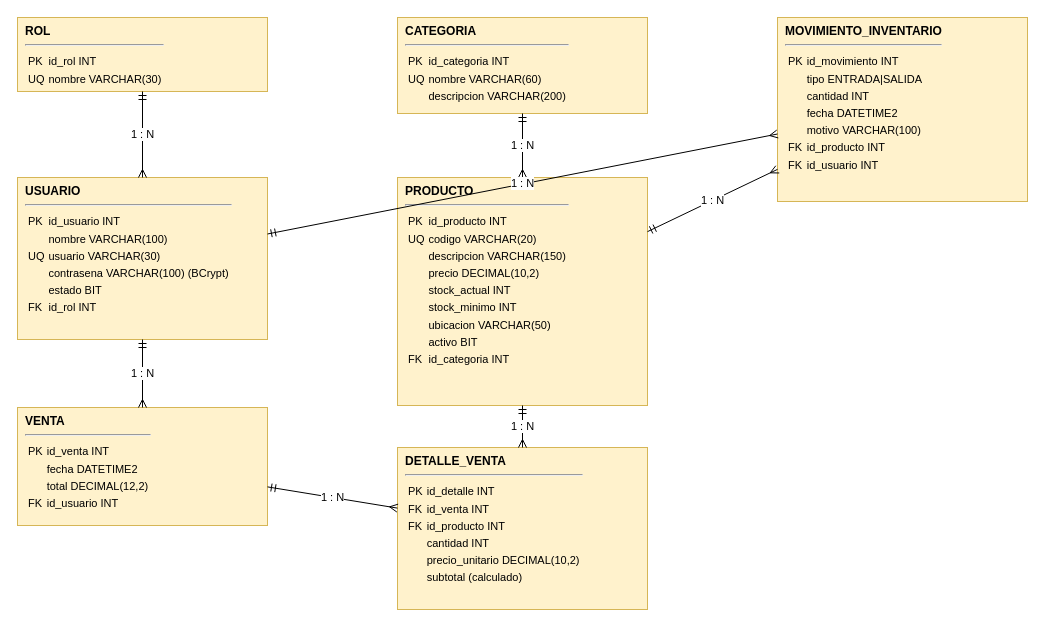
u00041062-cyber/ferreteria-inventario-ventas keeps this draw.io diagram as 02_Diseno_Tecnico/02_Modelo_Entidad_Relacion.drawio. Above is the earlier version. Source tidied: cells renumbered, new cells numbered last; positions are measured from the earlier drawing's top-left corner, leaving out a move shared by most shapes. Both pictures are drawn from the tidied source at 100%, with x=0, y=0 at pixel (17, 17).
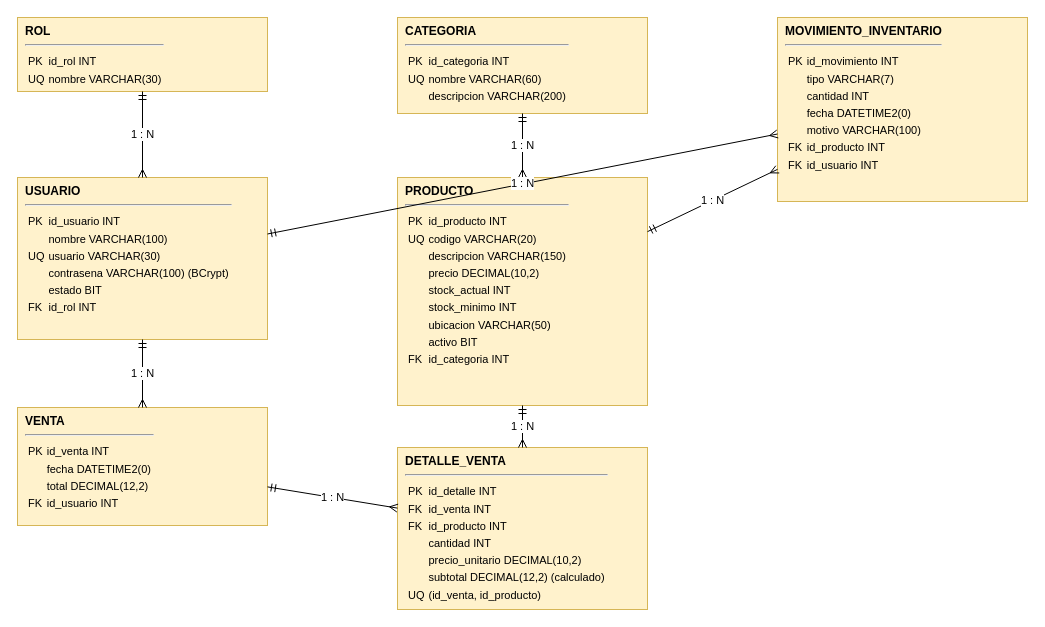
The same diagram, later.

Diff of the diagram source:
```diff
@@
 <mxGraphModel>
   <root>
     <mxCell id="0" />
     <mxCell id="1" parent="0" />
     <mxCell id="2" value="&lt;b&gt;ROL&lt;/b&gt;&lt;hr/&gt;&lt;table cellpadding=&quot;1&quot; style=&quot;font-size:11px&quot;&gt;&lt;tr&gt;&lt;td&gt;PK&lt;/td&gt;&lt;td&gt;id_rol INT&lt;/td&gt;&lt;/tr&gt;&lt;tr&gt;&lt;td&gt;UQ&lt;/td&gt;&lt;td&gt;nombre VARCHAR(30)&lt;/td&gt;&lt;/tr&gt;&lt;/table&gt;" style="rounded=0;whiteSpace=wrap;html=1;align=left;verticalAlign=top;spacingLeft=6;fillColor=#fff2cc;strokeColor=#d6b656;" parent="1" vertex="1">
       <mxGeometry width="250" height="74" as="geometry" />
     </mxCell>
     <mxCell id="3" value="&lt;b&gt;USUARIO&lt;/b&gt;&lt;hr/&gt;&lt;table cellpadding=&quot;1&quot; style=&quot;font-size:11px&quot;&gt;&lt;tr&gt;&lt;td&gt;PK&lt;/td&gt;&lt;td&gt;id_usuario INT&lt;/td&gt;&lt;/tr&gt;&lt;tr&gt;&lt;td&gt;&lt;/td&gt;&lt;td&gt;nombre VARCHAR(100)&lt;/td&gt;&lt;/tr&gt;&lt;tr&gt;&lt;td&gt;UQ&lt;/td&gt;&lt;td&gt;usuario VARCHAR(30)&lt;/td&gt;&lt;/tr&gt;&lt;tr&gt;&lt;td&gt;&lt;/td&gt;&lt;td&gt;contrasena VARCHAR(100) (BCrypt)&lt;/td&gt;&lt;/tr&gt;&lt;tr&gt;&lt;td&gt;&lt;/td&gt;&lt;td&gt;estado BIT&lt;/td&gt;&lt;/tr&gt;&lt;tr&gt;&lt;td&gt;FK&lt;/td&gt;&lt;td&gt;id_rol INT&lt;/td&gt;&lt;/tr&gt;&lt;/table&gt;" style="rounded=0;whiteSpace=wrap;html=1;align=left;verticalAlign=top;spacingLeft=6;fillColor=#fff2cc;strokeColor=#d6b656;" parent="1" vertex="1">
       <mxGeometry y="160" width="250" height="162" as="geometry" />
     </mxCell>
     <mxCell id="4" value="&lt;b&gt;CATEGORIA&lt;/b&gt;&lt;hr/&gt;&lt;table cellpadding=&quot;1&quot; style=&quot;font-size:11px&quot;&gt;&lt;tr&gt;&lt;td&gt;PK&lt;/td&gt;&lt;td&gt;id_categoria INT&lt;/td&gt;&lt;/tr&gt;&lt;tr&gt;&lt;td&gt;UQ&lt;/td&gt;&lt;td&gt;nombre VARCHAR(60)&lt;/td&gt;&lt;/tr&gt;&lt;tr&gt;&lt;td&gt;&lt;/td&gt;&lt;td&gt;descripcion VARCHAR(200)&lt;/td&gt;&lt;/tr&gt;&lt;/table&gt;" style="rounded=0;whiteSpace=wrap;html=1;align=left;verticalAlign=top;spacingLeft=6;fillColor=#fff2cc;strokeColor=#d6b656;" parent="1" vertex="1">
       <mxGeometry x="380" width="250" height="96" as="geometry" />
     </mxCell>
     <mxCell id="5" value="&lt;b&gt;PRODUCTO&lt;/b&gt;&lt;hr/&gt;&lt;table cellpadding=&quot;1&quot; style=&quot;font-size:11px&quot;&gt;&lt;tr&gt;&lt;td&gt;PK&lt;/td&gt;&lt;td&gt;id_producto INT&lt;/td&gt;&lt;/tr&gt;&lt;tr&gt;&lt;td&gt;UQ&lt;/td&gt;&lt;td&gt;codigo VARCHAR(20)&lt;/td&gt;&lt;/tr&gt;&lt;tr&gt;&lt;td&gt;&lt;/td&gt;&lt;td&gt;descripcion VARCHAR(150)&lt;/td&gt;&lt;/tr&gt;&lt;tr&gt;&lt;td&gt;&lt;/td&gt;&lt;td&gt;precio DECIMAL(10,2)&lt;/td&gt;&lt;/tr&gt;&lt;tr&gt;&lt;td&gt;&lt;/td&gt;&lt;td&gt;stock_actual INT&lt;/td&gt;&lt;/tr&gt;&lt;tr&gt;&lt;td&gt;&lt;/td&gt;&lt;td&gt;stock_minimo INT&lt;/td&gt;&lt;/tr&gt;&lt;tr&gt;&lt;td&gt;&lt;/td&gt;&lt;td&gt;ubicacion VARCHAR(50)&lt;/td&gt;&lt;/tr&gt;&lt;tr&gt;&lt;td&gt;&lt;/td&gt;&lt;td&gt;activo BIT&lt;/td&gt;&lt;/tr&gt;&lt;tr&gt;&lt;td&gt;FK&lt;/td&gt;&lt;td&gt;id_categoria INT&lt;/td&gt;&lt;/tr&gt;&lt;/table&gt;" style="rounded=0;whiteSpace=wrap;html=1;align=left;verticalAlign=top;spacingLeft=6;fillColor=#fff2cc;strokeColor=#d6b656;" parent="1" vertex="1">
       <mxGeometry x="380" y="160" width="250" height="228" as="geometry" />
     </mxCell>
-    <mxCell id="6" value="&lt;b&gt;MOVIMIENTO_INVENTARIO&lt;/b&gt;&lt;hr/&gt;&lt;table cellpadding=&quot;1&quot; style=&quot;font-size:11px&quot;&gt;&lt;tr&gt;&lt;td&gt;PK&lt;/td&gt;&lt;td&gt;id_movimiento INT&lt;/td&gt;&lt;/tr&gt;&lt;tr&gt;&lt;td&gt;&lt;/td&gt;&lt;td&gt;tipo ENTRADA|SALIDA&lt;/td&gt;&lt;/tr&gt;&lt;tr&gt;&lt;td&gt;&lt;/td&gt;&lt;td&gt;cantidad INT&lt;/td&gt;&lt;/tr&gt;&lt;tr&gt;&lt;td&gt;&lt;/td&gt;&lt;td&gt;fecha DATETIME2&lt;/td&gt;&lt;/tr&gt;&lt;tr&gt;&lt;td&gt;&lt;/td&gt;&lt;td&gt;motivo VARCHAR(100)&lt;/td&gt;&lt;/tr&gt;&lt;tr&gt;&lt;td&gt;FK&lt;/td&gt;&lt;td&gt;id_producto INT&lt;/td&gt;&lt;/tr&gt;&lt;tr&gt;&lt;td&gt;FK&lt;/td&gt;&lt;td&gt;id_usuario INT&lt;/td&gt;&lt;/tr&gt;&lt;/table&gt;" style="rounded=0;whiteSpace=wrap;html=1;align=left;verticalAlign=top;spacingLeft=6;fillColor=#fff2cc;strokeColor=#d6b656;" parent="1" vertex="1">
+    <mxCell id="6" value="&lt;b&gt;MOVIMIENTO_INVENTARIO&lt;/b&gt;&lt;hr&gt;&lt;table cellpadding=&quot;1&quot; style=&quot;font-size:11px&quot;&gt;&lt;tbody&gt;&lt;tr&gt;&lt;td&gt;PK&lt;/td&gt;&lt;td&gt;id_movimiento INT&lt;/td&gt;&lt;/tr&gt;&lt;tr&gt;&lt;td&gt;&lt;/td&gt;&lt;td&gt;tipo VARCHAR(7)&lt;/td&gt;&lt;/tr&gt;&lt;tr&gt;&lt;td&gt;&lt;/td&gt;&lt;td&gt;cantidad INT&lt;/td&gt;&lt;/tr&gt;&lt;tr&gt;&lt;td&gt;&lt;/td&gt;&lt;td&gt;fecha DATETIME2(0)&lt;/td&gt;&lt;/tr&gt;&lt;tr&gt;&lt;td&gt;&lt;/td&gt;&lt;td&gt;motivo VARCHAR(100)&lt;/td&gt;&lt;/tr&gt;&lt;tr&gt;&lt;td&gt;FK&lt;/td&gt;&lt;td&gt;id_producto INT&lt;/td&gt;&lt;/tr&gt;&lt;tr&gt;&lt;td&gt;FK&lt;/td&gt;&lt;td&gt;id_usuario INT&lt;/td&gt;&lt;/tr&gt;&lt;/tbody&gt;&lt;/table&gt;" style="rounded=0;whiteSpace=wrap;html=1;align=left;verticalAlign=top;spacingLeft=6;fillColor=#fff2cc;strokeColor=#d6b656;" parent="1" vertex="1">
       <mxGeometry x="760" width="250" height="184" as="geometry" />
     </mxCell>
-    <mxCell id="7" value="&lt;b&gt;VENTA&lt;/b&gt;&lt;hr/&gt;&lt;table cellpadding=&quot;1&quot; style=&quot;font-size:11px&quot;&gt;&lt;tr&gt;&lt;td&gt;PK&lt;/td&gt;&lt;td&gt;id_venta INT&lt;/td&gt;&lt;/tr&gt;&lt;tr&gt;&lt;td&gt;&lt;/td&gt;&lt;td&gt;fecha DATETIME2&lt;/td&gt;&lt;/tr&gt;&lt;tr&gt;&lt;td&gt;&lt;/td&gt;&lt;td&gt;total DECIMAL(12,2)&lt;/td&gt;&lt;/tr&gt;&lt;tr&gt;&lt;td&gt;FK&lt;/td&gt;&lt;td&gt;id_usuario INT&lt;/td&gt;&lt;/tr&gt;&lt;/table&gt;" style="rounded=0;whiteSpace=wrap;html=1;align=left;verticalAlign=top;spacingLeft=6;fillColor=#fff2cc;strokeColor=#d6b656;" parent="1" vertex="1">
+    <mxCell id="7" value="&lt;b&gt;VENTA&lt;/b&gt;&lt;hr&gt;&lt;table cellpadding=&quot;1&quot; style=&quot;font-size:11px&quot;&gt;&lt;tbody&gt;&lt;tr&gt;&lt;td&gt;PK&lt;/td&gt;&lt;td&gt;id_venta INT&lt;/td&gt;&lt;/tr&gt;&lt;tr&gt;&lt;td&gt;&lt;/td&gt;&lt;td&gt;fecha DATETIME2(0)&lt;/td&gt;&lt;/tr&gt;&lt;tr&gt;&lt;td&gt;&lt;/td&gt;&lt;td&gt;total DECIMAL(12,2)&lt;/td&gt;&lt;/tr&gt;&lt;tr&gt;&lt;td&gt;FK&lt;/td&gt;&lt;td&gt;id_usuario INT&lt;/td&gt;&lt;/tr&gt;&lt;/tbody&gt;&lt;/table&gt;" style="rounded=0;whiteSpace=wrap;html=1;align=left;verticalAlign=top;spacingLeft=6;fillColor=#fff2cc;strokeColor=#d6b656;" parent="1" vertex="1">
       <mxGeometry y="390" width="250" height="118" as="geometry" />
     </mxCell>
-    <mxCell id="8" value="&lt;b&gt;DETALLE_VENTA&lt;/b&gt;&lt;hr/&gt;&lt;table cellpadding=&quot;1&quot; style=&quot;font-size:11px&quot;&gt;&lt;tr&gt;&lt;td&gt;PK&lt;/td&gt;&lt;td&gt;id_detalle INT&lt;/td&gt;&lt;/tr&gt;&lt;tr&gt;&lt;td&gt;FK&lt;/td&gt;&lt;td&gt;id_venta INT&lt;/td&gt;&lt;/tr&gt;&lt;tr&gt;&lt;td&gt;FK&lt;/td&gt;&lt;td&gt;id_producto INT&lt;/td&gt;&lt;/tr&gt;&lt;tr&gt;&lt;td&gt;&lt;/td&gt;&lt;td&gt;cantidad INT&lt;/td&gt;&lt;/tr&gt;&lt;tr&gt;&lt;td&gt;&lt;/td&gt;&lt;td&gt;precio_unitario DECIMAL(10,2)&lt;/td&gt;&lt;/tr&gt;&lt;tr&gt;&lt;td&gt;&lt;/td&gt;&lt;td&gt;subtotal (calculado)&lt;/td&gt;&lt;/tr&gt;&lt;/table&gt;" style="rounded=0;whiteSpace=wrap;html=1;align=left;verticalAlign=top;spacingLeft=6;fillColor=#fff2cc;strokeColor=#d6b656;" parent="1" vertex="1">
+    <mxCell id="8" value="&lt;b&gt;DETALLE_VENTA&lt;/b&gt;&lt;hr&gt;&lt;table cellpadding=&quot;1&quot; style=&quot;font-size:11px&quot;&gt;&lt;tbody&gt;&lt;tr&gt;&lt;td&gt;PK&lt;/td&gt;&lt;td&gt;id_detalle INT&lt;br&gt;&lt;/td&gt;&lt;/tr&gt;&lt;tr&gt;&lt;td&gt;FK&lt;/td&gt;&lt;td&gt;id_venta INT&lt;/td&gt;&lt;/tr&gt;&lt;tr&gt;&lt;td&gt;FK&lt;/td&gt;&lt;td&gt;id_producto INT&lt;/td&gt;&lt;/tr&gt;&lt;tr&gt;&lt;td&gt;&lt;/td&gt;&lt;td&gt;cantidad INT&lt;/td&gt;&lt;/tr&gt;&lt;tr&gt;&lt;td&gt;&lt;/td&gt;&lt;td&gt;precio_unitario DECIMAL(10,2)&lt;/td&gt;&lt;/tr&gt;&lt;tr&gt;&lt;td&gt;&lt;/td&gt;&lt;td&gt;subtotal DECIMAL(12,2) (calculado)&lt;/td&gt;&lt;/tr&gt;&lt;tr&gt;&lt;td&gt;UQ&lt;/td&gt;&lt;td&gt;(id_venta, id_producto)&lt;/td&gt;&lt;/tr&gt;&lt;/tbody&gt;&lt;/table&gt;" style="rounded=0;whiteSpace=wrap;html=1;align=left;verticalAlign=top;spacingLeft=6;fillColor=#fff2cc;strokeColor=#d6b656;" parent="1" vertex="1">
       <mxGeometry x="380" y="430" width="250" height="162" as="geometry" />
     </mxCell>
     <mxCell id="9" value="1 : N" style="endArrow=ERmany;startArrow=ERmandOne;html=1;endFill=0;startFill=0;" parent="1" edge="1" source="2" target="3">
       <mxGeometry relative="1" as="geometry" />
     </mxCell>
     <mxCell id="10" value="1 : N" style="endArrow=ERmany;startArrow=ERmandOne;html=1;endFill=0;startFill=0;" parent="1" edge="1" source="4" target="5">
       <mxGeometry relative="1" as="geometry" />
     </mxCell>
     <mxCell id="11" value="1 : N" style="endArrow=ERmany;startArrow=ERmandOne;html=1;endFill=0;startFill=0;" parent="1" edge="1" source="5" target="6">
       <mxGeometry relative="1" as="geometry" />
     </mxCell>
     <mxCell id="12" value="1 : N" style="endArrow=ERmany;startArrow=ERmandOne;html=1;endFill=0;startFill=0;" parent="1" edge="1" source="3" target="6">
       <mxGeometry relative="1" as="geometry" />
     </mxCell>
     <mxCell id="13" value="1 : N" style="endArrow=ERmany;startArrow=ERmandOne;html=1;endFill=0;startFill=0;" parent="1" edge="1" source="3" target="7">
       <mxGeometry relative="1" as="geometry" />
     </mxCell>
     <mxCell id="14" value="1 : N" style="endArrow=ERmany;startArrow=ERmandOne;html=1;endFill=0;startFill=0;" parent="1" edge="1" source="7" target="8">
       <mxGeometry relative="1" as="geometry" />
     </mxCell>
     <mxCell id="15" value="1 : N" style="endArrow=ERmany;startArrow=ERmandOne;html=1;endFill=0;startFill=0;" parent="1" edge="1" source="5" target="8">
       <mxGeometry relative="1" as="geometry" />
     </mxCell>
   </root>
 </mxGraphModel>
```
